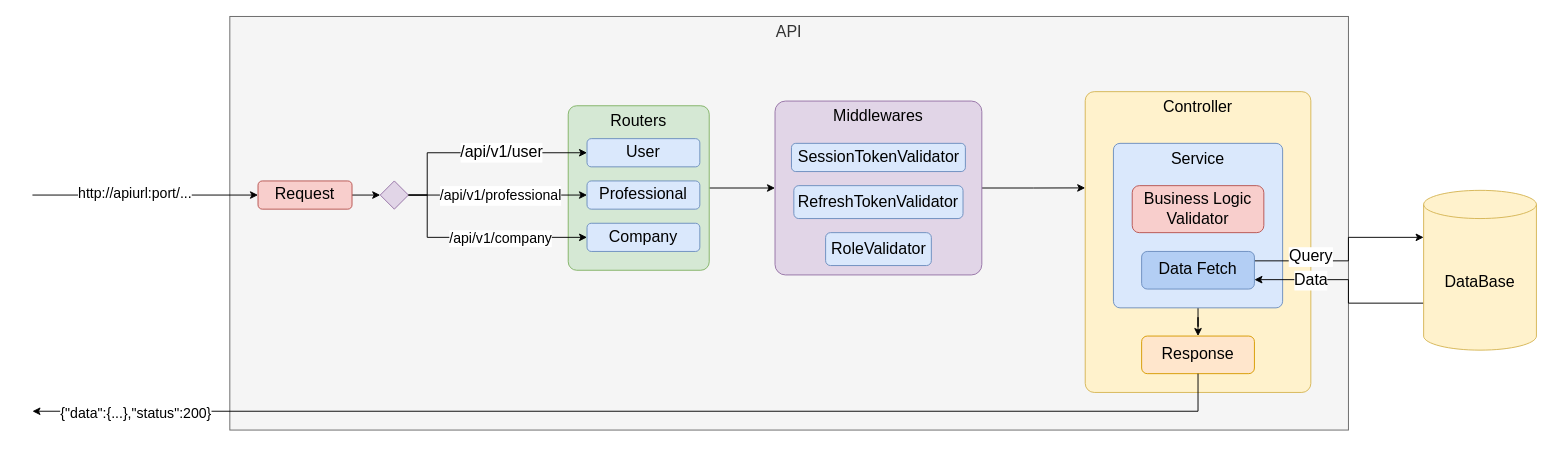
Install-Go/install_and_go keeps this draw.io diagram as diagrams/Arquitetura Funcional.drawio. Above is the earlier version. Source tidied: cells renumbered, new cells numbered last; positions are measured from the earlier drawing's top-left corner, leaving out a move shared by most shapes. Both pictures are drawn from the tidied source at 94%, with x=0, y=0 at pixel (32, 16).
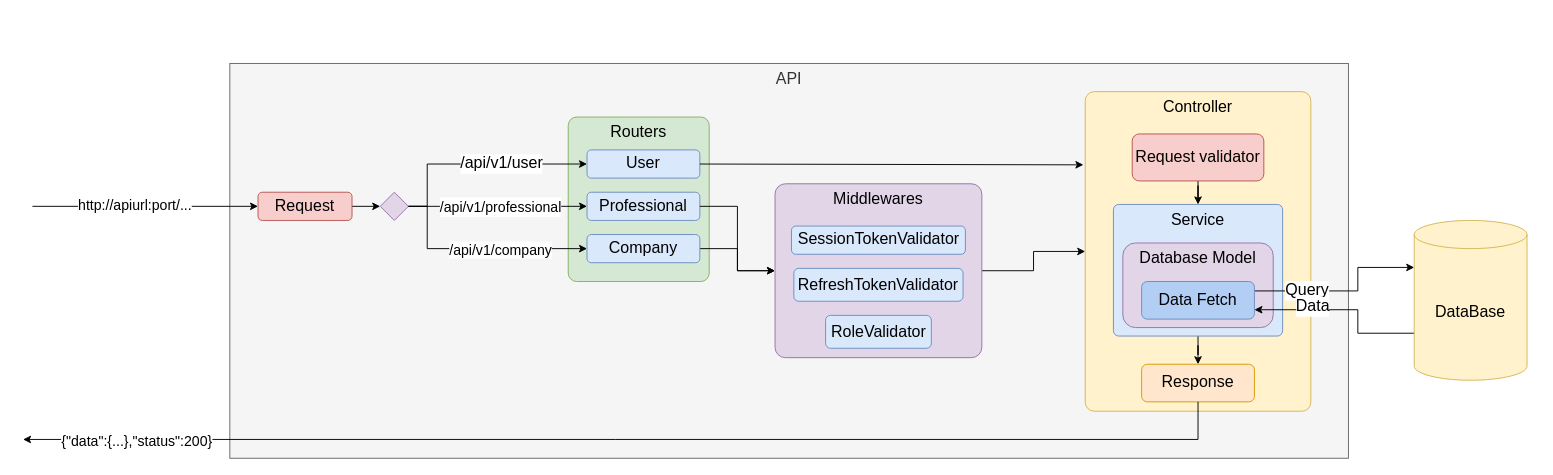
The same page after the edit.

The edit, as a diff of the source:
```diff
@@
     <mxCell id="2" value="API" style="rounded=0;whiteSpace=wrap;html=1;verticalAlign=top;align=center;fontSize=17;fillColor=#f5f5f5;fontColor=#333333;strokeColor=#666666;" parent="1" vertex="1">
-      <mxGeometry x="210" width="1190" height="440" as="geometry" />
+      <mxGeometry x="210" y="50" width="1190" height="420" as="geometry" />
     </mxCell>
@@
     <mxCell id="4" value="Request" style="rounded=1;whiteSpace=wrap;html=1;fontSize=17;fillColor=#f8cecc;strokeColor=#b85450;" parent="1" vertex="1">
-      <mxGeometry x="240" y="175" width="100" height="30" as="geometry" />
+      <mxGeometry x="240" y="187" width="100" height="30" as="geometry" />
     </mxCell>
     <mxCell id="5" style="rhombus;whiteSpace=wrap;html=1;fontSize=17;fillColor=#e1d5e7;strokeColor=#9673a6;" parent="1" vertex="1">
-      <mxGeometry x="370" y="175" width="30" height="30" as="geometry" />
+      <mxGeometry x="370" y="187" width="30" height="30" as="geometry" />
     </mxCell>
-    <mxCell id="6" style="edgeStyle=orthogonalEdgeStyle;rounded=0;jettySize=auto;html=1;exitX=1;exitY=0.5;exitDx=0;exitDy=0;entryX=0;entryY=0.5;entryDx=0;entryDy=0;fontSize=17;" parent="1" edge="1" source="7" target="9">
-      <mxGeometry relative="1" as="geometry" />
-    </mxCell>
     <mxCell id="7" value="Routers" style="rounded=1;whiteSpace=wrap;html=1;fontSize=17;verticalAlign=top;arcSize=6;fillColor=#d5e8d4;strokeColor=#82b366;" parent="1" vertex="1">
-      <mxGeometry x="570" y="95" width="150" height="175" as="geometry" />
+      <mxGeometry x="570" y="107" width="150" height="175" as="geometry" />
     </mxCell>
-    <mxCell id="8" style="edgeStyle=orthogonalEdgeStyle;rounded=0;jettySize=auto;html=1;exitX=1;exitY=0.5;exitDx=0;exitDy=0;entryX=0;entryY=0.32;entryDx=0;entryDy=0;entryPerimeter=0;fontSize=15;" parent="1" edge="1" source="9" target="10">
+    <mxCell id="8" style="edgeStyle=orthogonalEdgeStyle;rounded=0;jettySize=auto;html=1;exitX=1;exitY=0.5;exitDx=0;exitDy=0;entryX=0;entryY=0.5;entryDx=0;entryDy=0;fontSize=15;" parent="1" edge="1" source="9" target="10">
       <mxGeometry relative="1" as="geometry" />
     </mxCell>
     <mxCell id="9" value="Middlewares" style="rounded=1;whiteSpace=wrap;html=1;fontSize=17;verticalAlign=top;arcSize=6;fillColor=#e1d5e7;strokeColor=#9673a6;" parent="1" vertex="1">
-      <mxGeometry x="790" y="90" width="220" height="185" as="geometry" />
+      <mxGeometry x="790" y="178" width="220" height="185" as="geometry" />
     </mxCell>
     <mxCell id="10" value="Controller" style="rounded=1;whiteSpace=wrap;html=1;fontSize=17;verticalAlign=top;arcSize=4;fillColor=#fff2cc;strokeColor=#d6b656;" parent="1" vertex="1">
-      <mxGeometry x="1120" y="80" width="240" height="320" as="geometry" />
+      <mxGeometry x="1120" y="80" width="240" height="340" as="geometry" />
     </mxCell>
     <mxCell id="11" value="User" style="rounded=1;whiteSpace=wrap;html=1;fontSize=17;fillColor=#dae8fc;strokeColor=#6c8ebf;" parent="1" vertex="1">
-      <mxGeometry x="590" y="130" width="120" height="30" as="geometry" />
+      <mxGeometry x="590" y="142" width="120" height="30" as="geometry" />
     </mxCell>
     <mxCell id="12" value="Professional" style="rounded=1;whiteSpace=wrap;html=1;fontSize=17;fillColor=#dae8fc;strokeColor=#6c8ebf;" parent="1" vertex="1">
-      <mxGeometry x="590" y="175" width="120" height="30" as="geometry" />
+      <mxGeometry x="590" y="187" width="120" height="30" as="geometry" />
     </mxCell>
+    <mxCell id="37" style="edgeStyle=orthogonalEdgeStyle;rounded=0;jettySize=auto;html=1;exitX=1;exitY=0.5;exitDx=0;exitDy=0;entryX=0;entryY=0.5;entryDx=0;entryDy=0;" parent="1" edge="1" source="13" target="9">
+      <mxGeometry relative="1" as="geometry" />
+    </mxCell>
     <mxCell id="13" value="Company" style="rounded=1;whiteSpace=wrap;html=1;fontSize=17;fillColor=#dae8fc;strokeColor=#6c8ebf;" parent="1" vertex="1">
-      <mxGeometry x="590" y="220" width="120" height="30" as="geometry" />
+      <mxGeometry x="590" y="232" width="120" height="30" as="geometry" />
     </mxCell>
     <mxCell id="14" value="SessionTokenValidator" style="rounded=1;whiteSpace=wrap;html=1;fontSize=17;fillColor=#dae8fc;strokeColor=#6c8ebf;" parent="1" vertex="1">
-      <mxGeometry x="807.5" y="135" width="185" height="30" as="geometry" />
+      <mxGeometry x="807.5" y="223" width="185" height="30" as="geometry" />
     </mxCell>
     <mxCell id="15" value="RefreshTokenValidator" style="rounded=1;whiteSpace=wrap;html=1;fontSize=17;fillColor=#dae8fc;strokeColor=#6c8ebf;" parent="1" vertex="1">
-      <mxGeometry x="810" y="180" width="180" height="35" as="geometry" />
+      <mxGeometry x="810" y="268" width="180" height="35" as="geometry" />
     </mxCell>
     <mxCell id="16" value="RoleValidator" style="rounded=1;whiteSpace=wrap;html=1;fontSize=17;fillColor=#dae8fc;strokeColor=#6c8ebf;" parent="1" vertex="1">
-      <mxGeometry x="843.8" y="230" width="112.5" height="35" as="geometry" />
+      <mxGeometry x="843.8" y="318" width="112.5" height="35" as="geometry" />
     </mxCell>
@@
     <mxCell id="18" value="Service" style="rounded=1;whiteSpace=wrap;html=1;fontSize=17;verticalAlign=top;arcSize=4;fillColor=#dae8fc;strokeColor=#6c8ebf;" parent="1" vertex="1">
-      <mxGeometry x="1150" y="135" width="180" height="175" as="geometry" />
+      <mxGeometry x="1150" y="200" width="180" height="140" as="geometry" />
     </mxCell>
+    <mxCell id="38" style="edgeStyle=orthogonalEdgeStyle;rounded=0;jettySize=auto;html=1;exitX=0.5;exitY=1;exitDx=0;exitDy=0;" parent="1" edge="1" source="19" target="18">
+      <mxGeometry relative="1" as="geometry" />
+    </mxCell>
-    <mxCell id="19" value="Business Logic Validator" style="rounded=1;whiteSpace=wrap;html=1;fontSize=17;fillColor=#f8cecc;strokeColor=#b85450;" parent="1" vertex="1">
-      <mxGeometry x="1170" y="180" width="140" height="50" as="geometry" />
+    <mxCell id="19" value="Request validator" style="rounded=1;whiteSpace=wrap;html=1;fontSize=17;fillColor=#f8cecc;strokeColor=#b85450;" parent="1" vertex="1">
+      <mxGeometry x="1170" y="125" width="140" height="50" as="geometry" />
     </mxCell>
-    <mxCell id="20" style="edgeStyle=orthogonalEdgeStyle;rounded=0;jettySize=auto;html=1;exitX=1;exitY=0.25;exitDx=0;exitDy=0;entryX=0;entryY=0;entryDx=0;entryDy=50;entryPerimeter=0;fontSize=17;" parent="1" edge="1" source="22" target="26">
-      <mxGeometry relative="1" as="geometry">
-        <Array as="points">
-          <mxPoint x="1400" y="260" />
-          <mxPoint x="1400" y="235" />
-        </Array>
-      </mxGeometry>
-    </mxCell>
-    <mxCell id="21" value="Query" style="edgeLabel;html=1;align=center;verticalAlign=middle;fontSize=17;" parent="20" vertex="1">
-      <mxGeometry x="0.35" y="1" relative="1" as="geometry">
-        <mxPoint x="-54" y="21" as="offset" />
-      </mxGeometry>
-    </mxCell>
-    <mxCell id="22" value="Data Fetch" style="rounded=1;whiteSpace=wrap;html=1;fontSize=17;fillColor=#b3cef4;strokeColor=#6c8ebf;" parent="1" vertex="1">
-      <mxGeometry x="1180" y="250" width="120" height="40" as="geometry" />
-    </mxCell>
     <mxCell id="23" value="Response" style="rounded=1;whiteSpace=wrap;html=1;fontSize=17;fillColor=#ffe6cc;strokeColor=#d79b00;" parent="1" vertex="1">
-      <mxGeometry x="1180" y="340" width="120" height="40" as="geometry" />
+      <mxGeometry x="1180" y="370" width="120" height="40" as="geometry" />
     </mxCell>
-    <mxCell id="24" style="edgeStyle=orthogonalEdgeStyle;rounded=0;jettySize=auto;html=1;exitX=0;exitY=0;exitDx=0;exitDy=120;exitPerimeter=0;entryX=1;entryY=0.75;entryDx=0;entryDy=0;fontSize=17;" parent="1" edge="1" source="26" target="22">
-      <mxGeometry relative="1" as="geometry">
-        <Array as="points">
-          <mxPoint x="1400" y="305" />
-          <mxPoint x="1400" y="280" />
-        </Array>
-      </mxGeometry>
-    </mxCell>
-    <mxCell id="25" value="Data" style="edgeLabel;html=1;align=center;verticalAlign=middle;fontSize=17;" parent="24" vertex="1">
-      <mxGeometry x="-0.32" y="-2" relative="1" as="geometry">
-        <mxPoint x="-51" y="-23" as="offset" />
-      </mxGeometry>
-    </mxCell>
-    <mxCell id="26" value="DataBase" style="shape=cylinder3;whiteSpace=wrap;html=1;boundedLbl=1;backgroundOutline=1;size=15;fontSize=17;fillColor=#fff2cc;strokeColor=#d6b656;" parent="1" vertex="1">
-      <mxGeometry x="1480" y="185" width="120" height="170" as="geometry" />
-    </mxCell>
     <mxCell id="27" style="edgeStyle=orthogonalEdgeStyle;rounded=0;jettySize=auto;html=1;exitX=1;exitY=0.5;exitDx=0;exitDy=0;entryX=0;entryY=0.5;entryDx=0;entryDy=0;fontSize=17;" parent="1" edge="1" source="5" target="11">
       <mxGeometry relative="1" as="geometry">
         <Array as="points">
-          <mxPoint x="420" y="190" />
-          <mxPoint x="420" y="145" />
+          <mxPoint x="420" y="202" />
+          <mxPoint x="420" y="157" />
         </Array>
       </mxGeometry>
     </mxCell>
@@
     <mxCell id="31" style="edgeStyle=orthogonalEdgeStyle;rounded=0;jettySize=auto;html=1;exitX=1;exitY=0.5;exitDx=0;exitDy=0;entryX=0;entryY=0.5;entryDx=0;entryDy=0;fontSize=17;" parent="1" edge="1" source="5" target="13">
       <mxGeometry relative="1" as="geometry">
         <Array as="points">
-          <mxPoint x="420" y="190" />
-          <mxPoint x="420" y="235" />
+          <mxPoint x="420" y="202" />
+          <mxPoint x="420" y="247" />
         </Array>
       </mxGeometry>
     </mxCell>
@@
     <mxCell id="33" style="endArrow=classic;html=1;rounded=0;fontSize=17;exitX=0.5;exitY=1;exitDx=0;exitDy=0;" parent="1" edge="1" source="23">
       <mxGeometry relative="1" as="geometry">
-        <mxPoint y="420" as="targetPoint" />
+        <mxPoint x="-10" y="450" as="targetPoint" />
         <Array as="points">
-          <mxPoint x="1240" y="420" />
+          <mxPoint x="1240" y="450" />
+          <mxPoint x="620" y="450" />
         </Array>
       </mxGeometry>
     </mxCell>
     <mxCell id="34" value="{&quot;data&quot;:{...},&quot;status&quot;:200}" style="edgeLabel;html=1;align=center;verticalAlign=middle;fontSize=15;" parent="33" vertex="1">
       <mxGeometry x="0.85" y="1" relative="1" as="geometry">
-        <mxPoint x="13" as="offset" />
+        <mxPoint x="23" y="-1" as="offset" />
       </mxGeometry>
     </mxCell>
     <mxCell id="35" style="endArrow=classic;html=1;rounded=0;fontSize=15;entryX=0;entryY=0.5;entryDx=0;entryDy=0;" parent="1" edge="1" target="4">
       <mxGeometry relative="1" as="geometry">
-        <mxPoint y="190" as="sourcePoint" />
+        <mxPoint y="202" as="sourcePoint" />
       </mxGeometry>
     </mxCell>
@@
+    <mxCell id="39" value="Database Model" style="rounded=1;whiteSpace=wrap;html=1;fillColor=#e1d5e7;strokeColor=#9673a6;fontSize=17;verticalAlign=top;" parent="1" vertex="1">
+      <mxGeometry x="1160" y="241" width="160" height="90" as="geometry" />
+    </mxCell>
+    <mxCell id="20" style="edgeStyle=orthogonalEdgeStyle;rounded=0;jettySize=auto;html=1;exitX=1;exitY=0.25;exitDx=0;exitDy=0;entryX=0;entryY=0;entryDx=0;entryDy=50;entryPerimeter=0;fontSize=17;" parent="1" edge="1" source="22" target="26">
+      <mxGeometry relative="1" as="geometry">
+        <Array as="points">
+          <mxPoint x="1410" y="292" />
+          <mxPoint x="1410" y="267" />
+        </Array>
+      </mxGeometry>
+    </mxCell>
+    <mxCell id="21" value="Query" style="edgeLabel;html=1;align=center;verticalAlign=middle;fontSize=17;" parent="20" vertex="1">
+      <mxGeometry x="0.35" y="1" relative="1" as="geometry">
+        <mxPoint x="-54" y="21" as="offset" />
+      </mxGeometry>
+    </mxCell>
+    <mxCell id="22" value="Data Fetch" style="rounded=1;whiteSpace=wrap;html=1;fontSize=17;fillColor=#b3cef4;strokeColor=#6c8ebf;" parent="1" vertex="1">
+      <mxGeometry x="1180" y="282" width="120" height="40" as="geometry" />
+    </mxCell>
+    <mxCell id="24" style="edgeStyle=orthogonalEdgeStyle;rounded=0;jettySize=auto;html=1;exitX=0;exitY=0;exitDx=0;exitDy=120;exitPerimeter=0;entryX=1;entryY=0.75;entryDx=0;entryDy=0;fontSize=17;" parent="1" edge="1" source="26" target="22">
+      <mxGeometry relative="1" as="geometry">
+        <Array as="points">
+          <mxPoint x="1410" y="337" />
+          <mxPoint x="1410" y="312" />
+        </Array>
+      </mxGeometry>
+    </mxCell>
+    <mxCell id="25" value="Data" style="edgeLabel;html=1;align=center;verticalAlign=middle;fontSize=17;" parent="24" vertex="1">
+      <mxGeometry x="-0.32" y="-2" relative="1" as="geometry">
+        <mxPoint x="-51" y="-23" as="offset" />
+      </mxGeometry>
+    </mxCell>
+    <mxCell id="26" value="DataBase" style="shape=cylinder3;whiteSpace=wrap;html=1;boundedLbl=1;backgroundOutline=1;size=15;fontSize=17;fillColor=#fff2cc;strokeColor=#d6b656;" parent="1" vertex="1">
+      <mxGeometry x="1470" y="217" width="120" height="170" as="geometry" />
+    </mxCell>
+    <mxCell id="6" style="edgeStyle=orthogonalEdgeStyle;rounded=0;jettySize=auto;html=1;exitX=1;exitY=0.5;exitDx=0;exitDy=0;entryX=0;entryY=0.5;entryDx=0;entryDy=0;fontSize=17;" parent="1" edge="1" source="12" target="9">
+      <mxGeometry relative="1" as="geometry" />
+    </mxCell>
+    <mxCell id="40" style="edgeStyle=orthogonalEdgeStyle;rounded=0;jettySize=auto;html=1;exitX=1;exitY=0.5;exitDx=0;exitDy=0;entryX=-0.008;entryY=0.229;entryDx=0;entryDy=0;entryPerimeter=0;" parent="1" edge="1" source="11" target="10">
+      <mxGeometry relative="1" as="geometry">
+        <Array as="points">
+          <mxPoint x="710" y="158" />
+        </Array>
+      </mxGeometry>
+    </mxCell>
```
